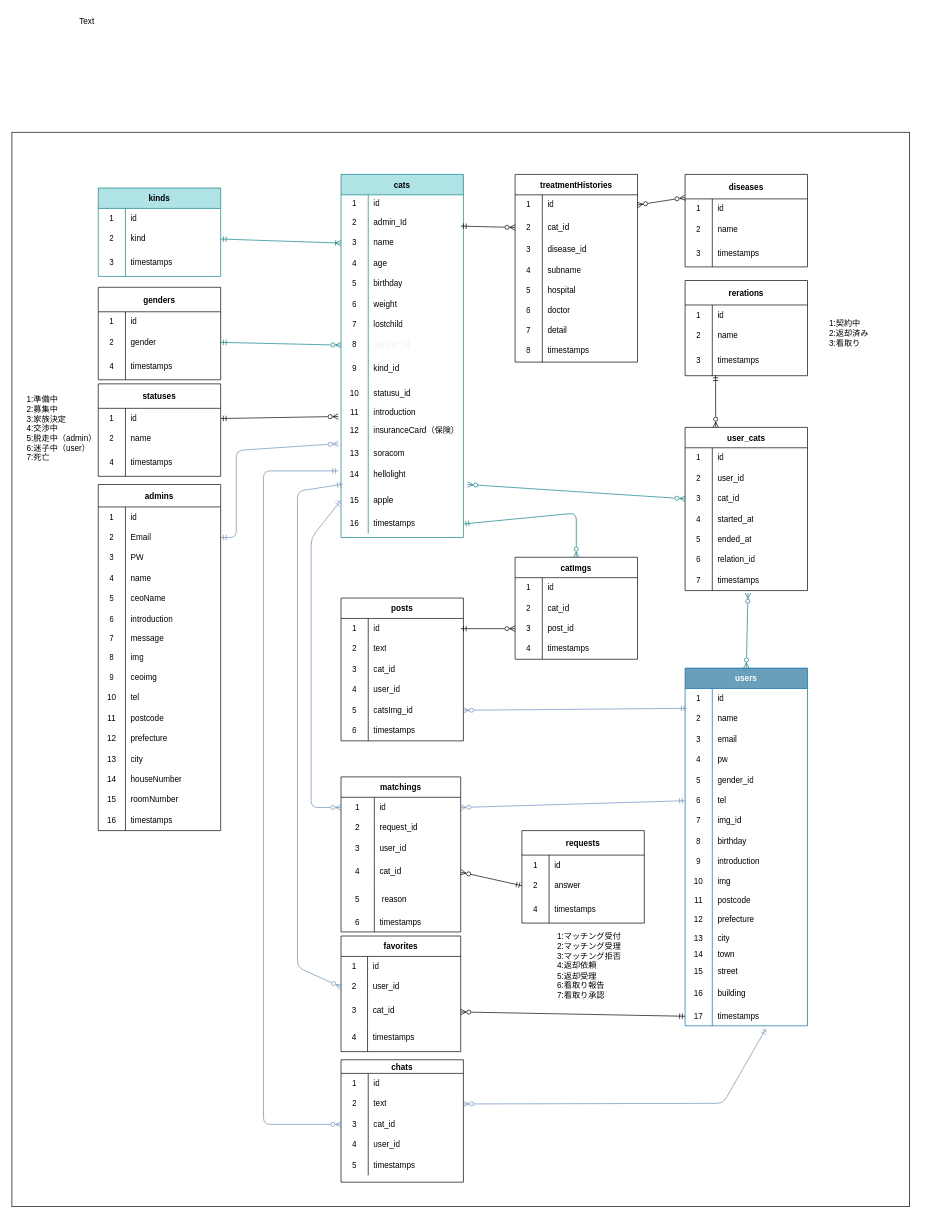
The draw.io diagram WP/ER.drawio in hidepon503/WP_PJ, before the edit. Source tidied: cells renumbered, new cells numbered last; positions are measured from the earlier drawing's top-left corner, leaving out a move shared by most shapes. Both pictures are drawn from the tidied source at 68%, with x=0, y=0 at pixel (12, 12).
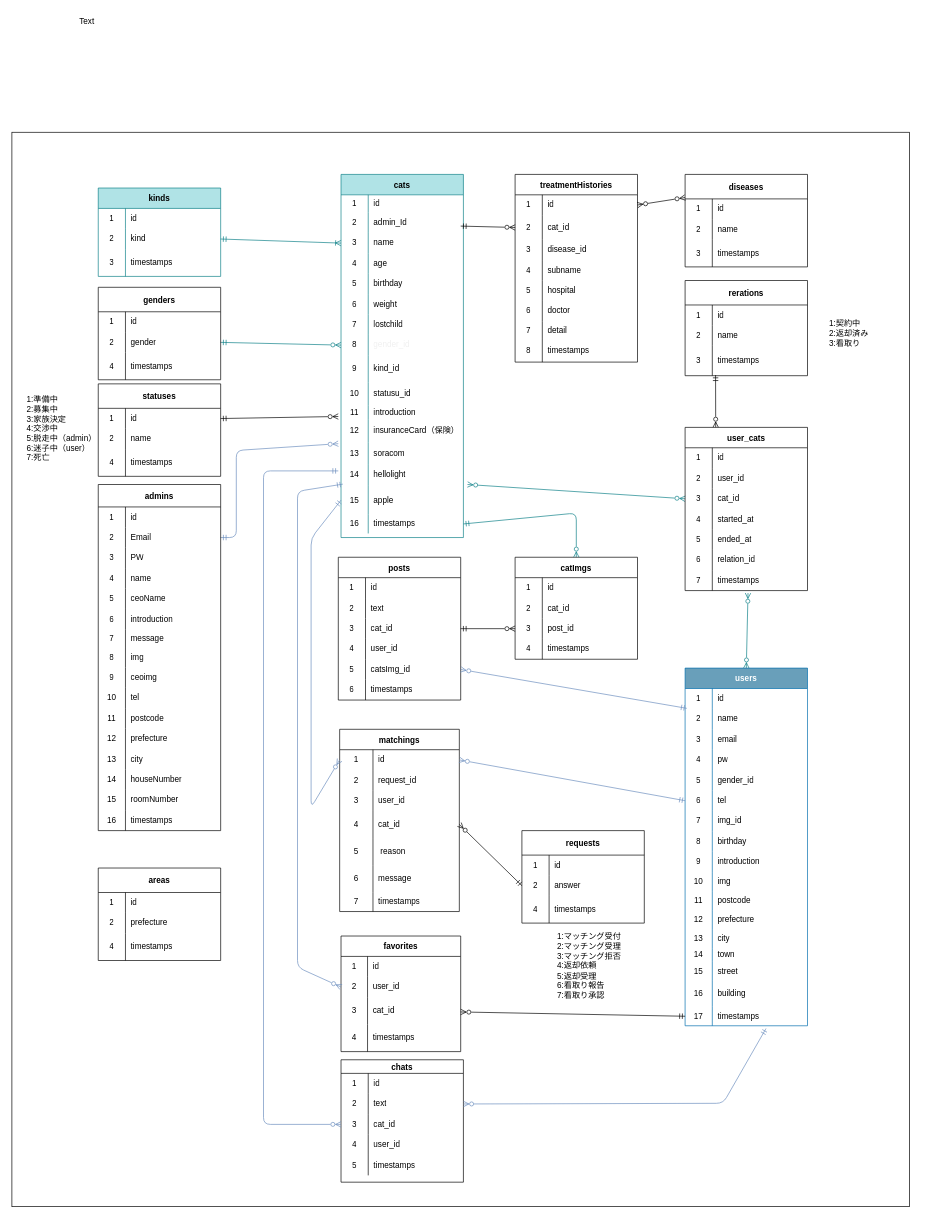
Above is the later version.

What changed in the source:
```diff
@@
     <mxCell id="207" value="matchings" style="shape=table;startSize=30;childLayout=tableLayout;rowLines=0;fontStyle=1;" parent="1" vertex="1">
-      <mxGeometry x="484" y="1125" width="176" height="228" as="geometry" />
+      <mxGeometry x="482" y="1055" width="176" height="268" as="geometry" />
     </mxCell>
@@
+    <mxCell id="366" style="shape=tableRow;horizontal=0;startSize=0;swimlaneHead=0;swimlaneBody=0;top=0;left=0;bottom=0;right=0;fillColor=none;" parent="207" vertex="1">
+      <mxGeometry y="200" width="176" height="40" as="geometry" />
+    </mxCell>
+    <mxCell id="367" value="6" style="shape=partialRectangle;html=1;whiteSpace=wrap;fillColor=none;top=0;left=0;bottom=0;right=0;overflow=hidden;" parent="366" vertex="1">
+      <mxGeometry width="49" height="40" as="geometry" />
+    </mxCell>
+    <mxCell id="368" value="message" style="shape=partialRectangle;html=1;whiteSpace=wrap;fillColor=none;top=0;left=0;bottom=0;right=0;align=left;spacingLeft=6;overflow=hidden;" parent="366" vertex="1">
+      <mxGeometry x="49" width="127" height="40" as="geometry" />
+    </mxCell>
     <mxCell id="223" style="shape=tableRow;horizontal=0;startSize=0;swimlaneHead=0;swimlaneBody=0;top=0;left=0;bottom=0;right=0;fillColor=none;" parent="207" vertex="1">
-      <mxGeometry y="200" width="176" height="28" as="geometry" />
+      <mxGeometry y="240" width="176" height="28" as="geometry" />
     </mxCell>
-    <mxCell id="224" value="6" style="shape=partialRectangle;html=1;whiteSpace=wrap;fillColor=none;top=0;left=0;bottom=0;right=0;overflow=hidden;" parent="223" vertex="1">
+    <mxCell id="224" value="7" style="shape=partialRectangle;html=1;whiteSpace=wrap;fillColor=none;top=0;left=0;bottom=0;right=0;overflow=hidden;" parent="223" vertex="1">
       <mxGeometry width="49" height="28" as="geometry" />
     </mxCell>
@@
     <mxCell id="238" value="posts" style="shape=table;startSize=30;childLayout=tableLayout;rowLines=0;fontStyle=1;" parent="1" vertex="1">
-      <mxGeometry x="484" y="862" width="180" height="210" as="geometry" />
+      <mxGeometry x="480" y="802" width="180" height="210" as="geometry" />
     </mxCell>
@@
+    <mxCell id="369" value="areas" style="shape=table;startSize=36;childLayout=tableLayout;rowLines=0;fontStyle=1;" parent="1" vertex="1">
+      <mxGeometry x="127" y="1259" width="180" height="136" as="geometry" />
+    </mxCell>
+    <mxCell id="370" style="shape=tableRow;horizontal=0;startSize=0;swimlaneHead=0;swimlaneBody=0;top=0;left=0;bottom=0;right=0;fillColor=none;" parent="369" vertex="1">
+      <mxGeometry y="36" width="180" height="30" as="geometry" />
+    </mxCell>
+    <mxCell id="371" value="1" style="shape=partialRectangle;html=1;whiteSpace=wrap;fillColor=none;top=0;left=0;bottom=0;right=0;overflow=hidden;" parent="370" vertex="1">
+      <mxGeometry width="40" height="30" as="geometry" />
+    </mxCell>
+    <mxCell id="372" value="id" style="shape=partialRectangle;html=1;whiteSpace=wrap;fillColor=none;top=0;left=0;bottom=0;right=0;align=left;spacingLeft=6;overflow=hidden;" parent="370" vertex="1">
+      <mxGeometry x="40" width="140" height="30" as="geometry" />
+    </mxCell>
+    <mxCell id="373" style="shape=tableRow;horizontal=0;startSize=0;swimlaneHead=0;swimlaneBody=0;top=0;left=0;bottom=0;right=0;fillColor=none;" parent="369" vertex="1">
+      <mxGeometry y="66" width="180" height="30" as="geometry" />
+    </mxCell>
+    <mxCell id="374" value="2" style="shape=partialRectangle;html=1;whiteSpace=wrap;fillColor=none;top=0;left=0;bottom=0;right=0;overflow=hidden;" parent="373" vertex="1">
+      <mxGeometry width="40" height="30" as="geometry" />
+    </mxCell>
+    <mxCell id="375" value="prefecture" style="shape=partialRectangle;html=1;whiteSpace=wrap;fillColor=none;top=0;left=0;bottom=0;right=0;align=left;spacingLeft=6;overflow=hidden;" parent="373" vertex="1">
+      <mxGeometry x="40" width="140" height="30" as="geometry" />
+    </mxCell>
+    <mxCell id="376" style="shape=tableRow;horizontal=0;startSize=0;swimlaneHead=0;swimlaneBody=0;top=0;left=0;bottom=0;right=0;fillColor=none;" parent="369" vertex="1">
+      <mxGeometry y="96" width="180" height="40" as="geometry" />
+    </mxCell>
+    <mxCell id="377" value="4" style="shape=partialRectangle;html=1;whiteSpace=wrap;fillColor=none;top=0;left=0;bottom=0;right=0;overflow=hidden;" parent="376" vertex="1">
+      <mxGeometry width="40" height="40" as="geometry" />
+    </mxCell>
+    <mxCell id="378" value="timestamps" style="shape=partialRectangle;html=1;whiteSpace=wrap;fillColor=none;top=0;left=0;bottom=0;right=0;align=left;spacingLeft=6;overflow=hidden;" parent="376" vertex="1">
+      <mxGeometry x="40" width="140" height="40" as="geometry" />
+    </mxCell>
```
